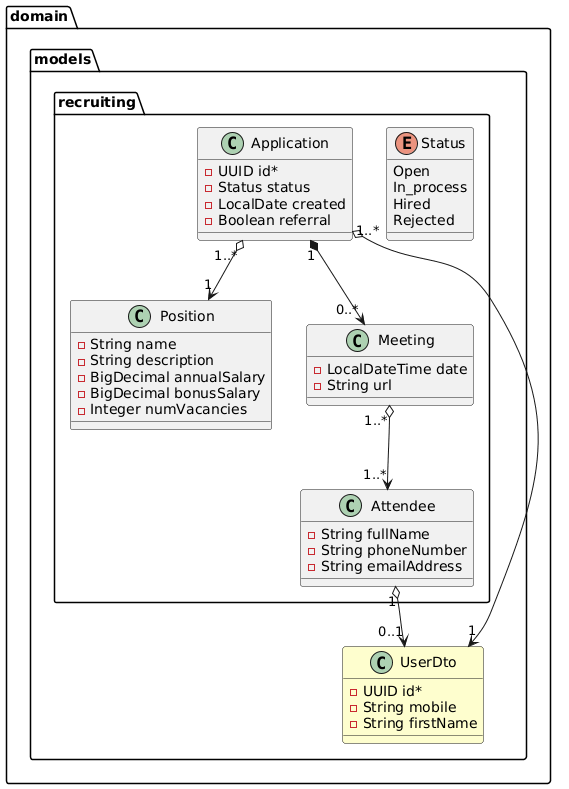
This is docs/recruiting.png from miw-upm/apaw-practice, a PlantUML export, as it was before one commit.
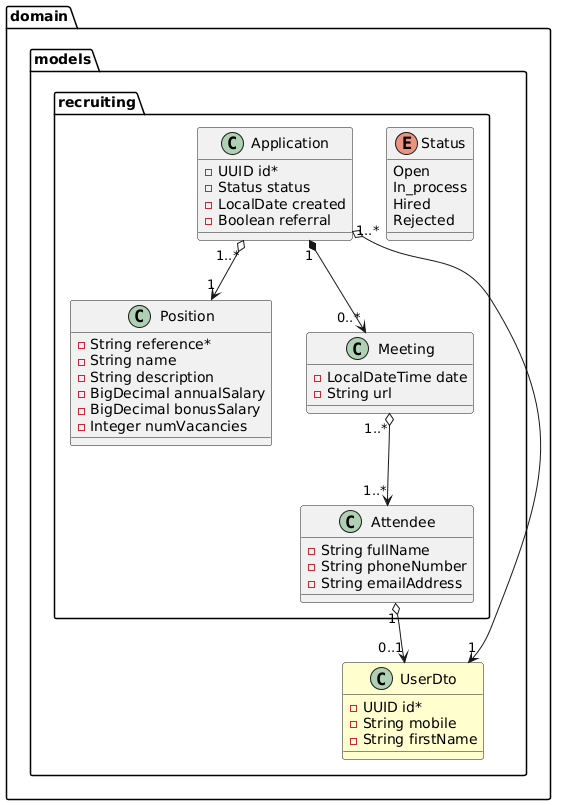
The same diagram one commit later.

Commit message:
updated model image including reference #1169

What changed in the source:
```diff
@@ -9,6 +9,7 @@
         -Boolean referral
       }
       class Position {
+	-String reference*
         -String name
         -String description
         -BigDecimal annualSalary
```
